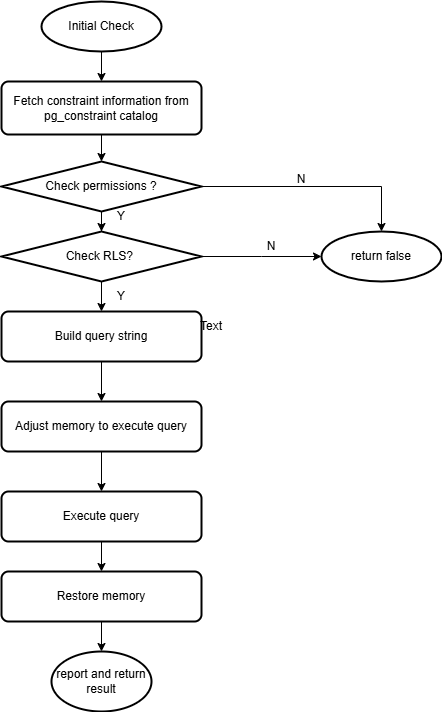
fakenewsqxxwqx/Assignment5 keeps this draw.io diagram as 未命名绘图.drawio.png. Above is the earlier version. Source tidied: cells renumbered, new cells last; positions are measured from the earlier drawing's top-left corner, leaving out a move shared by most shapes.
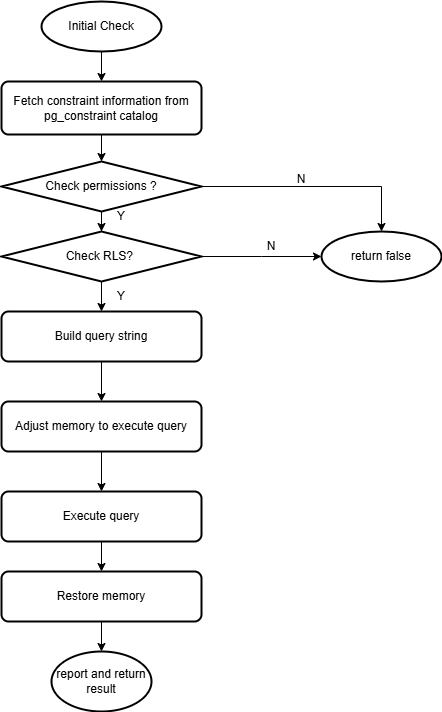
Later version of the same file.

Commit message:
更新未命名绘图.drawio.png

Diff of the diagram source:
```diff
@@ -73,9 +73,6 @@
     <mxCell id="24" value="Y" style="text;html=1;align=center;verticalAlign=middle;whiteSpace=wrap;rounded=0;" parent="1" vertex="1">
       <mxGeometry x="90" y="280" width="60" height="30" as="geometry" />
     </mxCell>
-    <mxCell id="25" value="Text" style="text;html=1;align=center;verticalAlign=middle;whiteSpace=wrap;rounded=0;" parent="1" vertex="1">
-      <mxGeometry x="180" y="310" width="60" height="30" as="geometry" />
-    </mxCell>
     <mxCell id="26" value="N" style="text;html=1;align=center;verticalAlign=middle;whiteSpace=wrap;rounded=0;" parent="1" vertex="1">
       <mxGeometry x="240" y="230" width="60" height="30" as="geometry" />
     </mxCell>
```
